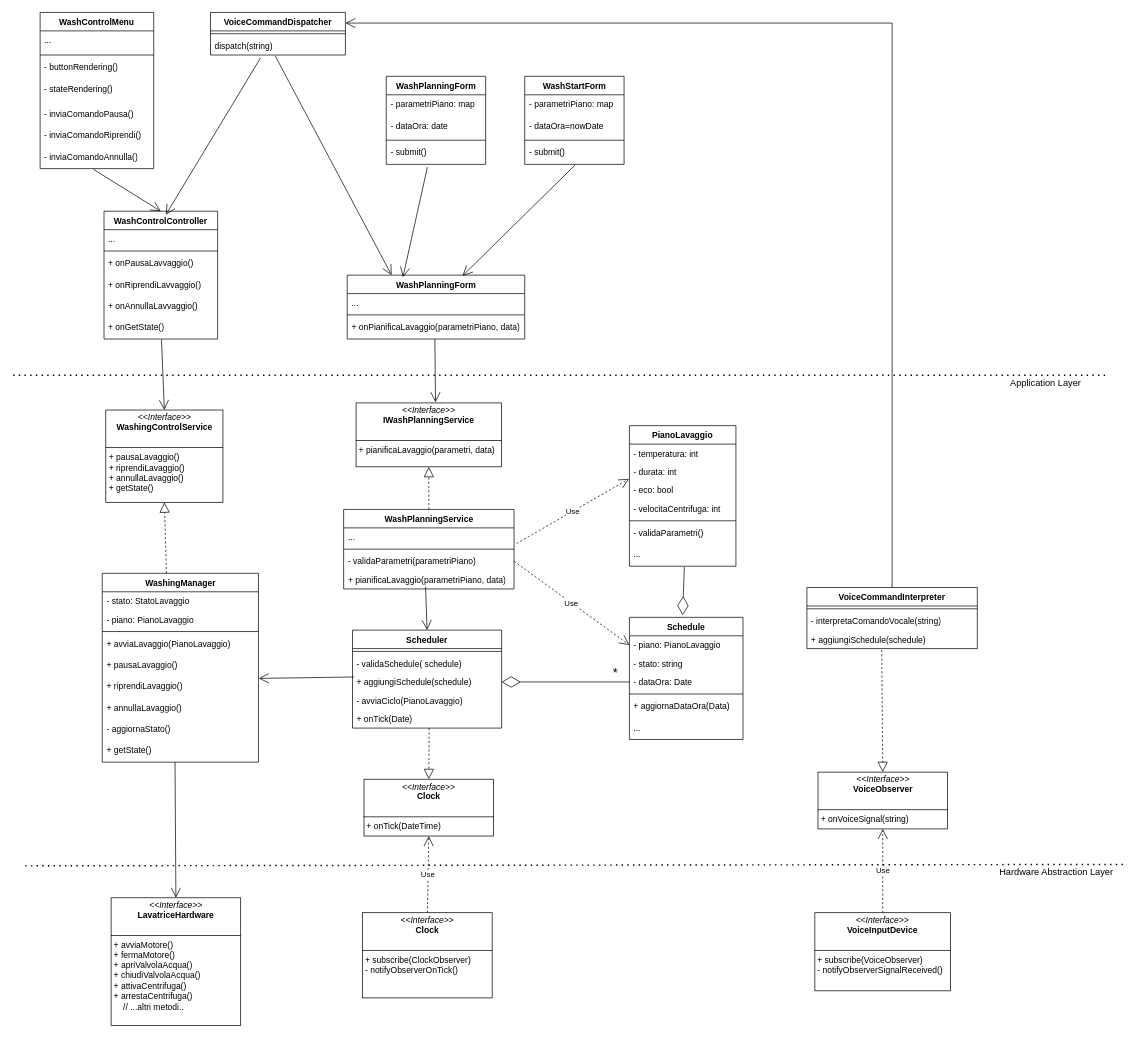
uni-aca100/ing-proj keeps this draw.io diagram as content/class.drawio. Above is the earlier version. Source tidied: cells renumbered, new cells numbered last; positions are measured from the earlier drawing's top-left corner, leaving out a move shared by most shapes. Both pictures are drawn from the tidied source at 71%, with x=0, y=0 at pixel (13, 12).
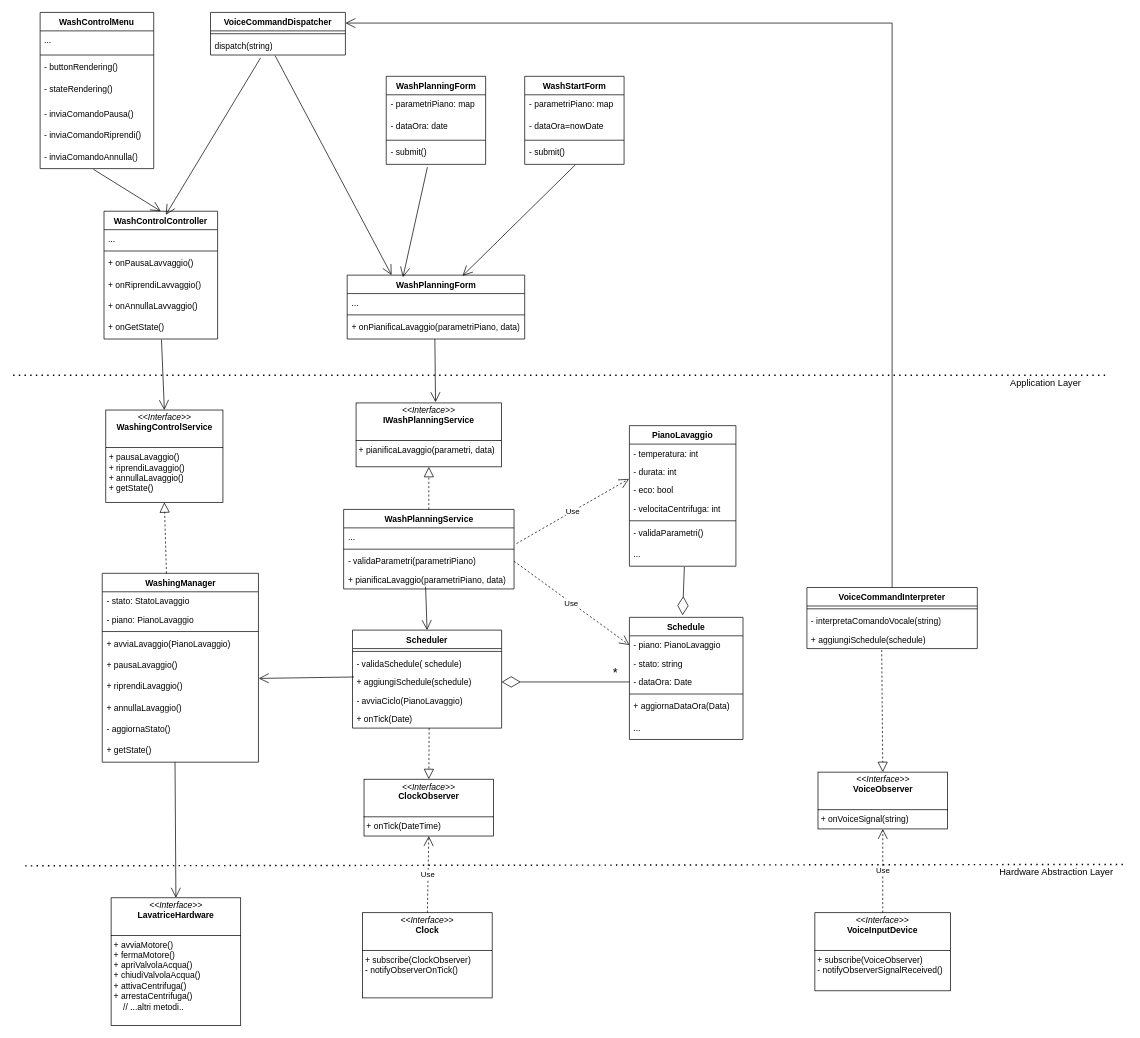
After the change.

Commit message:
fix name class dia.

What changed in the source:
```diff
@@
-    <mxCell id="90" value="&lt;p style=&quot;margin:0px;margin-top:4px;text-align:center;&quot;&gt;&lt;i&gt;&amp;lt;&amp;lt;Interface&amp;gt;&amp;gt;&lt;/i&gt;&lt;br&gt;&lt;b&gt;Clock&lt;/b&gt;&lt;/p&gt;&lt;p style=&quot;margin:0px;margin-left:4px;&quot;&gt;&lt;br&gt;&lt;/p&gt;&lt;hr size=&quot;1&quot; style=&quot;border-style:solid;&quot;&gt;&lt;p style=&quot;margin:0px;margin-left:4px;&quot;&gt;+&amp;nbsp;&lt;span style=&quot;background-color: transparent;&quot;&gt;onTick(DateTime)&lt;/span&gt;&lt;/p&gt;&lt;p style=&quot;margin:0px;margin-left:4px;&quot;&gt;&lt;br&gt;&lt;/p&gt;" style="verticalAlign=top;align=left;overflow=fill;html=1;whiteSpace=wrap;" parent="1" vertex="1">
+    <mxCell id="90" value="&lt;p style=&quot;margin:0px;margin-top:4px;text-align:center;&quot;&gt;&lt;i&gt;&amp;lt;&amp;lt;Interface&amp;gt;&amp;gt;&lt;/i&gt;&lt;br&gt;&lt;b&gt;ClockObserver&lt;/b&gt;&lt;/p&gt;&lt;p style=&quot;margin:0px;margin-left:4px;&quot;&gt;&lt;br&gt;&lt;/p&gt;&lt;hr size=&quot;1&quot; style=&quot;border-style:solid;&quot;&gt;&lt;p style=&quot;margin:0px;margin-left:4px;&quot;&gt;+&amp;nbsp;&lt;span style=&quot;background-color: transparent;&quot;&gt;onTick(DateTime)&lt;/span&gt;&lt;/p&gt;&lt;p style=&quot;margin:0px;margin-left:4px;&quot;&gt;&lt;br&gt;&lt;/p&gt;" style="verticalAlign=top;align=left;overflow=fill;html=1;whiteSpace=wrap;" parent="1" vertex="1">
       <mxGeometry x="494.2" y="1080" width="182.5" height="80" as="geometry" />
     </mxCell>
```
